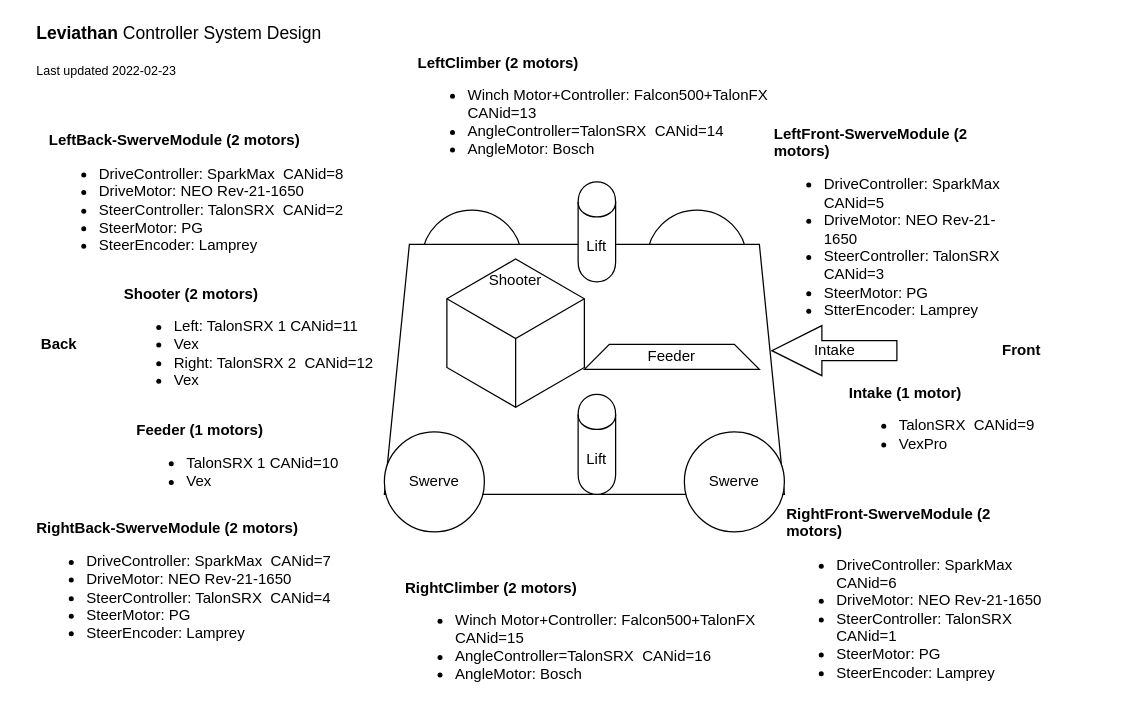
The draw.io diagram design/Levianthan-System-model.drawio in hawkCollectiveService/Leviathan, before the edit. Source tidied: cells renumbered, new cells numbered last; positions are measured from the earlier drawing's top-left corner, leaving out a move shared by most shapes. Both pictures are drawn from the tidied source at 125%, with x=0, y=0 at pixel (21, 31).
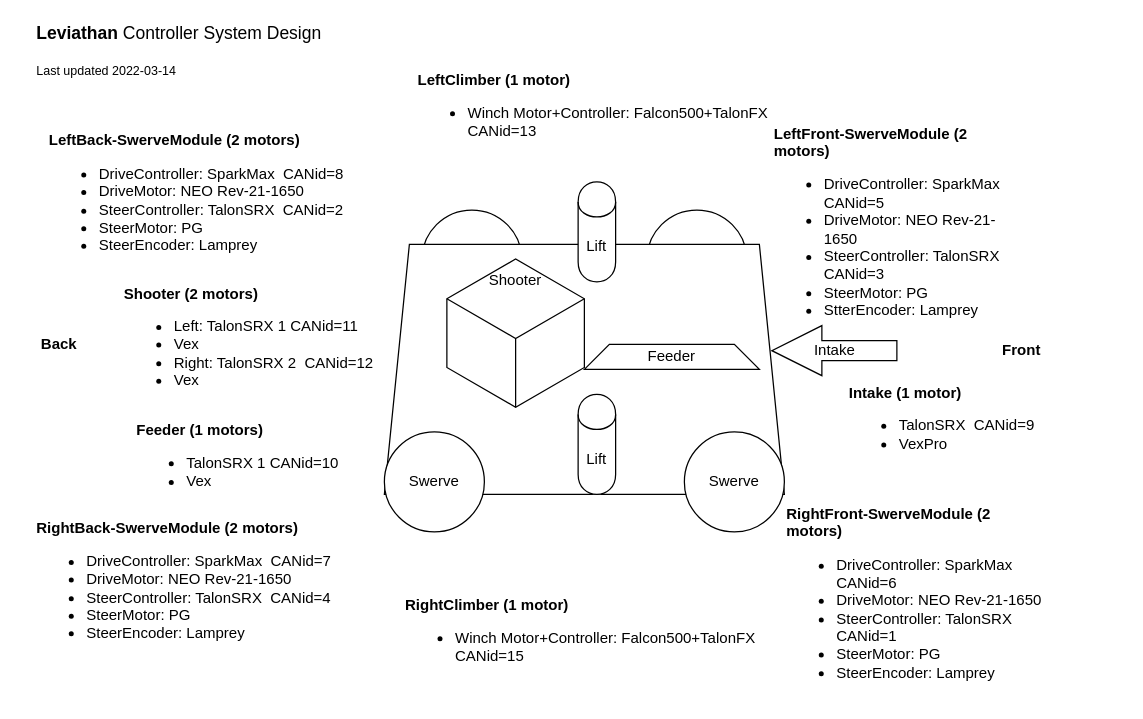
The same diagram, later.

Commit message (it also covers changes not shown here):
Updated Leviathan Control System design diagram to accurately depict Climber arms using 1-motor.

What changed in the source:
```diff
@@
-    <mxCell id="5" value="&lt;b&gt;LeftClimber (2 motors)&lt;/b&gt;&lt;br&gt;&lt;ul&gt;&lt;li&gt;Winch Motor+Controller: Falcon500+TalonFX&amp;nbsp; CANid=13&lt;br&gt;&lt;/li&gt;&lt;li&gt;AngleController=TalonSRX&amp;nbsp; CANid=14&lt;/li&gt;&lt;li&gt;AngleMotor: Bosch&lt;/li&gt;&lt;/ul&gt;" style="text;html=1;strokeColor=none;fillColor=none;align=left;verticalAlign=middle;whiteSpace=wrap;rounded=0;" parent="1" vertex="1">
+    <mxCell id="5" value="&lt;b&gt;LeftClimber (1 motor)&lt;/b&gt;&lt;br&gt;&lt;ul&gt;&lt;li&gt;Winch Motor+Controller: Falcon500+TalonFX&amp;nbsp; CANid=13&lt;/li&gt;&lt;/ul&gt;" style="text;html=1;strokeColor=none;fillColor=none;align=left;verticalAlign=middle;whiteSpace=wrap;rounded=0;" parent="1" vertex="1">
       <mxGeometry x="315" y="50" width="310" height="30" as="geometry" />
     </mxCell>
@@
-    <mxCell id="20" value="&lt;font style=&quot;font-size: 14px&quot;&gt;&lt;b&gt;Leviathan&amp;nbsp;&lt;/b&gt;Controller System Design&lt;/font&gt;&lt;br&gt;&lt;br&gt;&lt;font style=&quot;font-size: 10px&quot;&gt;Last updated 2022-02-23&lt;/font&gt;" style="text;html=1;strokeColor=none;fillColor=none;align=left;verticalAlign=middle;whiteSpace=wrap;rounded=0;" parent="1" vertex="1">
+    <mxCell id="20" value="&lt;font style=&quot;font-size: 14px&quot;&gt;&lt;b&gt;Leviathan&amp;nbsp;&lt;/b&gt;Controller System Design&lt;/font&gt;&lt;br&gt;&lt;br&gt;&lt;font style=&quot;font-size: 10px&quot;&gt;Last updated 2022-03-14&lt;/font&gt;" style="text;html=1;strokeColor=none;fillColor=none;align=left;verticalAlign=middle;whiteSpace=wrap;rounded=0;" parent="1" vertex="1">
       <mxGeometry x="10" width="245" height="30" as="geometry" />
     </mxCell>
-    <mxCell id="21" value="&lt;b&gt;RightClimber (2 motors)&lt;/b&gt;&lt;br&gt;&lt;ul&gt;&lt;li&gt;Winch Motor+Controller: Falcon500+TalonFX&amp;nbsp; CANid=15&lt;br&gt;&lt;/li&gt;&lt;li&gt;AngleController=TalonSRX&amp;nbsp; CANid=16&lt;/li&gt;&lt;li&gt;AngleMotor: Bosch&lt;/li&gt;&lt;/ul&gt;" style="text;html=1;strokeColor=none;fillColor=none;align=left;verticalAlign=middle;whiteSpace=wrap;rounded=0;" parent="1" vertex="1">
+    <mxCell id="21" value="&lt;b&gt;RightClimber (1 motor)&lt;/b&gt;&lt;br&gt;&lt;ul&gt;&lt;li&gt;Winch Motor+Controller: Falcon500+TalonFX&amp;nbsp; CANid=15&lt;/li&gt;&lt;/ul&gt;" style="text;html=1;strokeColor=none;fillColor=none;align=left;verticalAlign=middle;whiteSpace=wrap;rounded=0;" parent="1" vertex="1">
       <mxGeometry x="305" y="470" width="310" height="30" as="geometry" />
     </mxCell>
```
